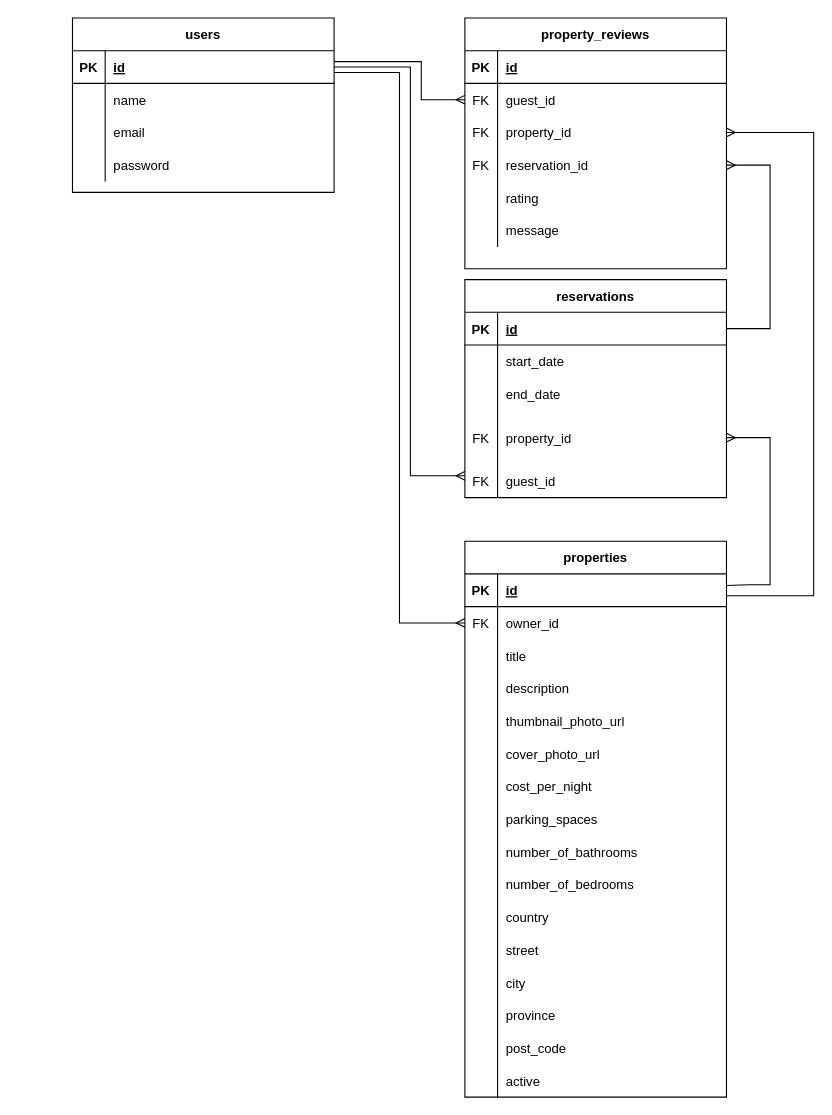
The draw.io diagram LighthouseBnB.drawio in Emily-Waters/LightBnB, before the edit. Source tidied: cells renumbered, new cells numbered last; positions are measured from the earlier drawing's top-left corner, leaving out a move shared by most shapes. Both pictures are drawn from the tidied source at 109%, with x=0, y=0 at pixel (72, 17).
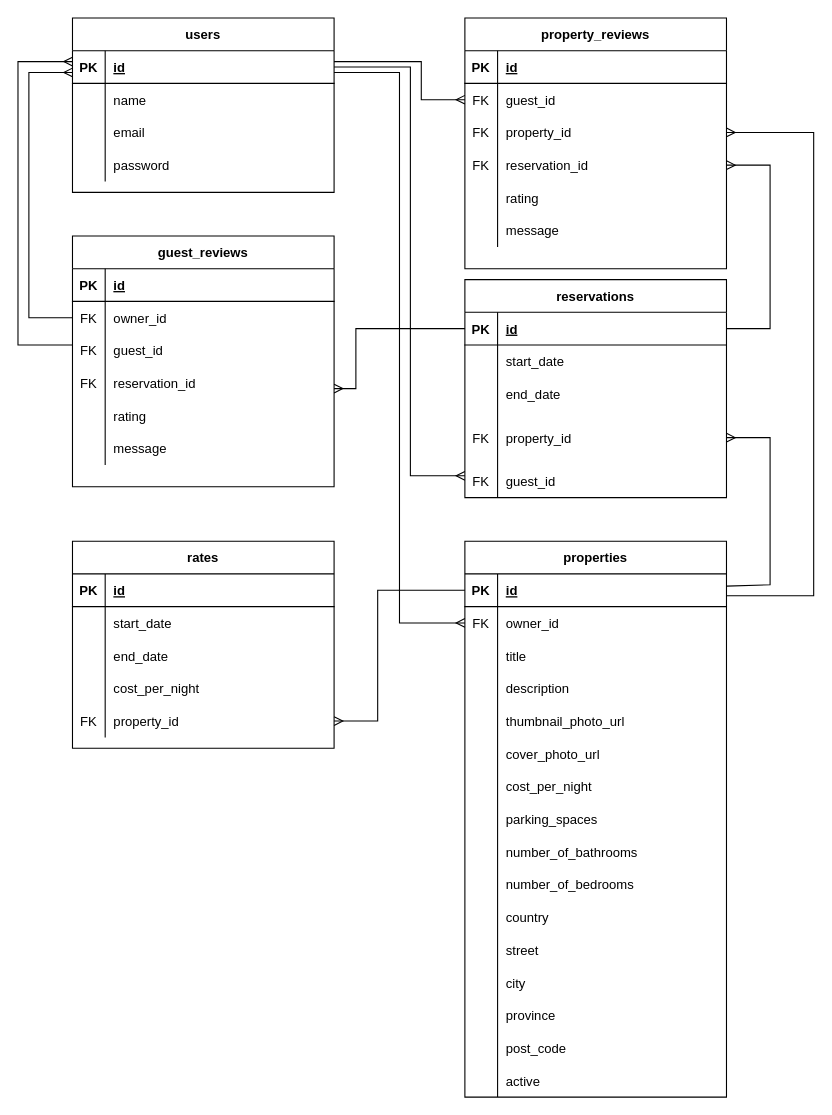
The same diagram, later.

Commit message (it also covers changes not shown here):
updated ERD, added new tables to 01_schema.sql

The change refers to these unchanged cells:
```xml
<mxCell id="3" style="shape=partialRectangle;fillColor=none;points=[[0,0.5],[1,0.5]];portConstraint=eastwest;top=0;left=0;right=0;bottom=1;" parent="2" vertex="1">
  <mxGeometry y="30" width="240" height="30" as="geometry" />
</mxCell>
<mxCell id="35" style="shape=partialRectangle;fillColor=none;points=[[0,0.5],[1,0.5]];portConstraint=eastwest;top=0;left=0;right=0;bottom=1;" parent="34" vertex="1">
  <mxGeometry y="30" width="240" height="30" as="geometry" />
</mxCell>
<mxCell id="44" style="shape=partialRectangle;fillColor=none;points=[[0,0.5],[1,0.5]];portConstraint=eastwest;top=0;left=0;right=0;bottom=0;" parent="34" vertex="1">
  <mxGeometry y="120" width="240" height="50" as="geometry" />
</mxCell>
<mxCell id="51" style="shape=partialRectangle;fillColor=none;points=[[0,0.5],[1,0.5]];portConstraint=eastwest;top=0;left=0;right=0;bottom=1;" parent="50" vertex="1">
  <mxGeometry y="30" width="240" height="30" as="geometry" />
</mxCell>
```

The edit, as a diff of the source:
```diff
@@
+    <mxCell id="105" value="rates" style="shape=table;startSize=30;childLayout=tableLayout;rowLines=0;fontStyle=1;align=center;" parent="1" vertex="1">
+      <mxGeometry y="480" width="240" height="190" as="geometry" />
+    </mxCell>
+    <mxCell id="106" style="shape=partialRectangle;fillColor=none;top=0;left=0;right=0;bottom=1;" parent="105" vertex="1">
+      <mxGeometry y="30" width="240" height="30" as="geometry" />
+    </mxCell>
+    <mxCell id="107" value="PK" style="shape=partialRectangle;overflow=hidden;fillColor=none;top=0;left=0;bottom=0;right=0;fontStyle=1;" parent="106" vertex="1">
+      <mxGeometry width="30" height="30" as="geometry" />
+    </mxCell>
+    <mxCell id="108" value="id" style="shape=partialRectangle;overflow=hidden;fillColor=none;top=0;left=0;bottom=0;right=0;align=left;spacingLeft=6;fontStyle=5;" parent="106" vertex="1">
+      <mxGeometry x="30" width="210" height="30" as="geometry" />
+    </mxCell>
+    <mxCell id="109" style="shape=partialRectangle;fillColor=none;top=0;left=0;right=0;bottom=0;" parent="105" vertex="1">
+      <mxGeometry y="60" width="240" height="30" as="geometry" />
+    </mxCell>
+    <mxCell id="110" style="shape=partialRectangle;overflow=hidden;fillColor=none;top=0;left=0;bottom=0;right=0;" parent="109" vertex="1">
+      <mxGeometry width="30" height="30" as="geometry" />
+    </mxCell>
+    <mxCell id="111" value="start_date" style="shape=partialRectangle;overflow=hidden;fillColor=none;top=0;left=0;bottom=0;right=0;align=left;spacingLeft=6;" parent="109" vertex="1">
+      <mxGeometry x="30" width="210" height="30" as="geometry" />
+    </mxCell>
+    <mxCell id="112" style="shape=partialRectangle;fillColor=none;top=0;left=0;right=0;bottom=0;" parent="105" vertex="1">
+      <mxGeometry y="90" width="240" height="30" as="geometry" />
+    </mxCell>
+    <mxCell id="113" style="shape=partialRectangle;overflow=hidden;fillColor=none;top=0;left=0;bottom=0;right=0;" parent="112" vertex="1">
+      <mxGeometry width="30" height="30" as="geometry" />
+    </mxCell>
+    <mxCell id="114" value="end_date" style="shape=partialRectangle;overflow=hidden;fillColor=none;top=0;left=0;bottom=0;right=0;align=left;spacingLeft=6;" parent="112" vertex="1">
+      <mxGeometry x="30" width="210" height="30" as="geometry" />
+    </mxCell>
+    <mxCell id="115" style="shape=partialRectangle;fillColor=none;top=0;left=0;right=0;bottom=0;" parent="105" vertex="1">
+      <mxGeometry y="120" width="240" height="30" as="geometry" />
+    </mxCell>
+    <mxCell id="116" style="shape=partialRectangle;overflow=hidden;fillColor=none;top=0;left=0;bottom=0;right=0;" parent="115" vertex="1">
+      <mxGeometry width="30" height="30" as="geometry" />
+    </mxCell>
+    <mxCell id="117" value="cost_per_night" style="shape=partialRectangle;overflow=hidden;fillColor=none;top=0;left=0;bottom=0;right=0;align=left;spacingLeft=6;" parent="115" vertex="1">
+      <mxGeometry x="30" width="210" height="30" as="geometry" />
+    </mxCell>
+    <mxCell id="118" style="shape=partialRectangle;fillColor=none;points=[[0,0.5],[1,0.5]];portConstraint=eastwest;top=0;left=0;right=0;bottom=0;" parent="105" vertex="1">
+      <mxGeometry y="150" width="240" height="30" as="geometry" />
+    </mxCell>
+    <mxCell id="119" value="FK" style="shape=partialRectangle;overflow=hidden;fillColor=none;top=0;left=0;bottom=0;right=0;" parent="118" vertex="1">
+      <mxGeometry width="30" height="30" as="geometry" />
+    </mxCell>
+    <mxCell id="120" value="property_id" style="shape=partialRectangle;overflow=hidden;fillColor=none;top=0;left=0;bottom=0;right=0;align=left;spacingLeft=6;" parent="118" vertex="1">
+      <mxGeometry x="30" width="210" height="30" as="geometry" />
+    </mxCell>
@@
+    <mxCell id="121" value="guest_reviews" style="shape=table;startSize=30;childLayout=tableLayout;rowLines=0;fontStyle=1;align=center;" parent="1" vertex="1">
+      <mxGeometry y="200" width="240" height="230" as="geometry" />
+    </mxCell>
+    <mxCell id="122" style="shape=partialRectangle;fillColor=none;top=0;left=0;right=0;bottom=1;" parent="121" vertex="1">
+      <mxGeometry y="30" width="240" height="30" as="geometry" />
+    </mxCell>
+    <mxCell id="123" value="PK" style="shape=partialRectangle;overflow=hidden;fillColor=none;top=0;left=0;bottom=0;right=0;fontStyle=1;" parent="122" vertex="1">
+      <mxGeometry width="30" height="30" as="geometry" />
+    </mxCell>
+    <mxCell id="124" value="id" style="shape=partialRectangle;overflow=hidden;fillColor=none;top=0;left=0;bottom=0;right=0;align=left;spacingLeft=6;fontStyle=5;" parent="122" vertex="1">
+      <mxGeometry x="30" width="210" height="30" as="geometry" />
+    </mxCell>
+    <mxCell id="125" style="shape=partialRectangle;fillColor=none;points=[[0,0.5],[1,0.5]];portConstraint=eastwest;top=0;left=0;right=0;bottom=0;" parent="121" vertex="1">
+      <mxGeometry y="60" width="240" height="30" as="geometry" />
+    </mxCell>
+    <mxCell id="126" value="FK" style="shape=partialRectangle;overflow=hidden;fillColor=none;top=0;left=0;bottom=0;right=0;" parent="125" vertex="1">
+      <mxGeometry width="30" height="30" as="geometry" />
+    </mxCell>
+    <mxCell id="127" value="owner_id" style="shape=partialRectangle;overflow=hidden;fillColor=none;top=0;left=0;bottom=0;right=0;align=left;spacingLeft=6;" parent="125" vertex="1">
+      <mxGeometry x="30" width="210" height="30" as="geometry" />
+    </mxCell>
+    <mxCell id="128" style="shape=partialRectangle;fillColor=none;points=[[0,0.5],[1,0.5]];portConstraint=eastwest;top=0;left=0;right=0;bottom=0;" parent="121" vertex="1">
+      <mxGeometry y="90" width="240" height="30" as="geometry" />
+    </mxCell>
+    <mxCell id="129" value="FK" style="shape=partialRectangle;overflow=hidden;fillColor=none;top=0;left=0;bottom=0;right=0;" parent="128" vertex="1">
+      <mxGeometry width="30" height="30" as="geometry" />
+    </mxCell>
+    <mxCell id="130" value="guest_id" style="shape=partialRectangle;overflow=hidden;fillColor=none;top=0;left=0;bottom=0;right=0;align=left;spacingLeft=6;" parent="128" vertex="1">
+      <mxGeometry x="30" width="210" height="30" as="geometry" />
+    </mxCell>
+    <mxCell id="131" style="shape=partialRectangle;fillColor=none;points=[[0,0.5],[1,0.5]];portConstraint=eastwest;top=0;left=0;right=0;bottom=0;" parent="121" vertex="1">
+      <mxGeometry y="120" width="240" height="30" as="geometry" />
+    </mxCell>
+    <mxCell id="132" value="FK" style="shape=partialRectangle;overflow=hidden;fillColor=none;top=0;left=0;bottom=0;right=0;" parent="131" vertex="1">
+      <mxGeometry width="30" height="30" as="geometry" />
+    </mxCell>
+    <mxCell id="133" value="reservation_id" style="shape=partialRectangle;overflow=hidden;fillColor=none;top=0;left=0;bottom=0;right=0;align=left;spacingLeft=6;" parent="131" vertex="1">
+      <mxGeometry x="30" width="210" height="30" as="geometry" />
+    </mxCell>
+    <mxCell id="134" style="shape=partialRectangle;fillColor=none;top=0;left=0;right=0;bottom=0;" parent="121" vertex="1">
+      <mxGeometry y="150" width="240" height="30" as="geometry" />
+    </mxCell>
+    <mxCell id="135" style="shape=partialRectangle;overflow=hidden;fillColor=none;top=0;left=0;bottom=0;right=0;" parent="134" vertex="1">
+      <mxGeometry width="30" height="30" as="geometry" />
+    </mxCell>
+    <mxCell id="136" value="rating" style="shape=partialRectangle;overflow=hidden;fillColor=none;top=0;left=0;bottom=0;right=0;align=left;spacingLeft=6;" parent="134" vertex="1">
+      <mxGeometry x="30" width="210" height="30" as="geometry" />
+    </mxCell>
+    <mxCell id="137" style="shape=partialRectangle;fillColor=none;top=0;left=0;right=0;bottom=0;" parent="121" vertex="1">
+      <mxGeometry y="180" width="240" height="30" as="geometry" />
+    </mxCell>
+    <mxCell id="138" style="shape=partialRectangle;overflow=hidden;fillColor=none;top=0;left=0;bottom=0;right=0;" parent="137" vertex="1">
+      <mxGeometry width="30" height="30" as="geometry" />
+    </mxCell>
+    <mxCell id="139" value="message" style="shape=partialRectangle;overflow=hidden;fillColor=none;top=0;left=0;bottom=0;right=0;align=left;spacingLeft=6;" parent="137" vertex="1">
+      <mxGeometry x="30" width="210" height="30" as="geometry" />
+    </mxCell>
@@
+    <mxCell id="140" style="edgeStyle=orthogonalEdgeStyle;fontSize=12;html=1;endArrow=ERmany;rounded=0;" parent="1" edge="1" source="51" target="118">
+      <mxGeometry relative="1" as="geometry">
+        <Array as="points">
+          <mxPoint x="280" y="525" />
+          <mxPoint x="280" y="645" />
+        </Array>
+      </mxGeometry>
+    </mxCell>
@@
     <mxCell id="102" style="fontSize=12;html=1;endArrow=ERmany;rounded=0;" parent="1" edge="1" source="51" target="44">
       <mxGeometry relative="1" as="geometry">
         <Array as="points">
-          <mxPoint x="620" y="520" />
           <mxPoint x="640" y="520" />
           <mxPoint x="640" y="385" />
         </Array>
       </mxGeometry>
     </mxCell>
@@
+    <mxCell id="141" style="edgeStyle=orthogonalEdgeStyle;fontSize=12;html=1;endArrow=ERmany;rounded=0;" parent="1" edge="1" source="125" target="3">
+      <mxGeometry relative="1" as="geometry">
+        <Array as="points">
+          <mxPoint x="-40" y="275" />
+          <mxPoint x="-40" y="50" />
+        </Array>
+      </mxGeometry>
+    </mxCell>
+    <mxCell id="142" style="edgeStyle=orthogonalEdgeStyle;fontSize=12;html=1;endArrow=ERmany;rounded=0;" parent="1" edge="1" source="35" target="131">
+      <mxGeometry relative="1" as="geometry">
+        <Array as="points">
+          <mxPoint x="260" y="285" />
+          <mxPoint x="260" y="340" />
+        </Array>
+      </mxGeometry>
+    </mxCell>
+    <mxCell id="143" style="edgeStyle=orthogonalEdgeStyle;fontSize=12;html=1;endArrow=ERmany;rounded=0;" parent="1" edge="1" source="128" target="3">
+      <mxGeometry relative="1" as="geometry">
+        <Array as="points">
+          <mxPoint x="-50" y="300" />
+          <mxPoint x="-50" y="40" />
+        </Array>
+      </mxGeometry>
+    </mxCell>
```
